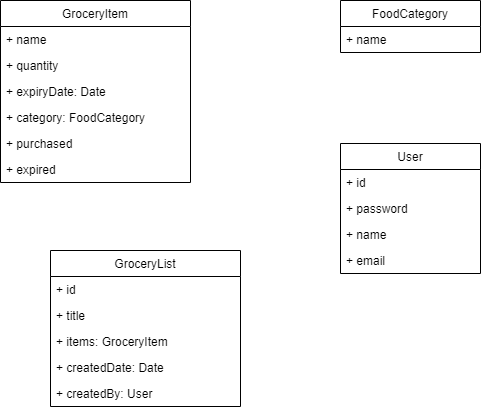
Earlier version of the draw.io export BTS530/Images/grocery_list_app_domain_diagram.png (Digital-Vault/GroceryApp). Source tidied: cells renumbered, new cells last; positions are measured from the earlier drawing's top-left corner, leaving out a move shared by most shapes.
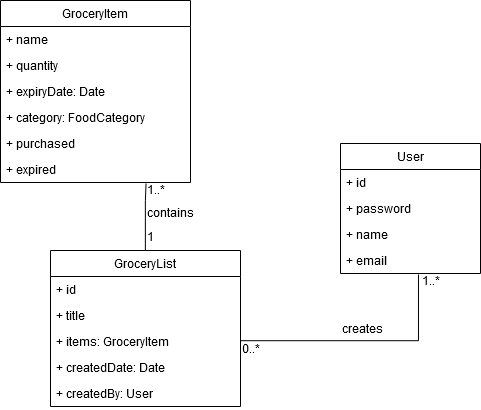
Above is the later version.

Commit message:
iteration 1 domain diagram fix

The edit, as a diff of the source:
```diff
@@ -23,12 +23,6 @@
     <mxCell id="8" value="+ expired" style="text;strokeColor=none;fillColor=none;align=left;verticalAlign=top;spacingLeft=4;spacingRight=4;overflow=hidden;points=[[0,0.5],[1,0.5]];portConstraint=eastwest;" parent="2" vertex="1">
       <mxGeometry y="156" width="190" height="26" as="geometry" />
     </mxCell>
-    <mxCell id="9" value="FoodCategory" style="swimlane;fontStyle=0;horizontal=1;startSize=26;fillColor=none;" parent="1" vertex="1">
-      <mxGeometry x="340" width="140" height="52" as="geometry" />
-    </mxCell>
-    <mxCell id="10" value="+ name" style="text;strokeColor=none;fillColor=none;align=left;verticalAlign=top;spacingLeft=4;spacingRight=4;overflow=hidden;" parent="9" vertex="1">
-      <mxGeometry y="26" width="140" height="26" as="geometry" />
-    </mxCell>
     <mxCell id="11" value="User" style="swimlane;fontStyle=0;horizontal=1;startSize=26;fillColor=none;" parent="1" vertex="1">
       <mxGeometry x="340" y="143" width="140" height="130" as="geometry" />
     </mxCell>
@@ -44,6 +38,14 @@
     <mxCell id="15" value="+ email" style="text;strokeColor=none;fillColor=none;align=left;verticalAlign=top;spacingLeft=4;spacingRight=4;overflow=hidden;points=[[0,0.5],[1,0.5]];portConstraint=eastwest;" parent="11" vertex="1">
       <mxGeometry y="104" width="140" height="26" as="geometry" />
     </mxCell>
+    <mxCell id="22" style="edgeStyle=orthogonalEdgeStyle;rounded=0;jettySize=auto;html=1;entryX=0.765;entryY=1.038;entryDx=0;entryDy=0;entryPerimeter=0;endArrow=none;endFill=0;" parent="1" edge="1" source="16" target="8">
+      <mxGeometry relative="1" as="geometry">
+        <Array as="points">
+          <mxPoint x="145" y="200" />
+          <mxPoint x="145" y="200" />
+        </Array>
+      </mxGeometry>
+    </mxCell>
     <mxCell id="16" value="GroceryList" style="swimlane;fontStyle=0;horizontal=1;startSize=26;fillColor=none;" parent="1" vertex="1">
       <mxGeometry x="50" y="250" width="190" height="156" as="geometry" />
     </mxCell>
@@ -62,5 +64,31 @@
     <mxCell id="21" value="+ createdBy: User" style="text;strokeColor=none;fillColor=none;align=left;verticalAlign=top;spacingLeft=4;spacingRight=4;overflow=hidden;" parent="16" vertex="1">
       <mxGeometry y="130" width="190" height="26" as="geometry" />
     </mxCell>
+    <mxCell id="23" value="1..*" style="text;html=1;align=left;verticalAlign=top;spacingTop=-4;" parent="1" vertex="1">
+      <mxGeometry x="145" y="182" width="30" height="20" as="geometry" />
+    </mxCell>
+    <mxCell id="24" value="1" style="text;html=1;align=left;verticalAlign=top;spacingTop=-4;" parent="1" vertex="1">
+      <mxGeometry x="145" y="229" width="20" height="20" as="geometry" />
+    </mxCell>
+    <mxCell id="25" style="edgeStyle=orthogonalEdgeStyle;rounded=0;jettySize=auto;html=1;entryX=1;entryY=0.5;entryDx=0;entryDy=0;endArrow=none;endFill=0;exitX=0.556;exitY=1.033;exitDx=0;exitDy=0;exitPerimeter=0;" parent="1" edge="1" source="15">
+      <mxGeometry relative="1" as="geometry">
+        <mxPoint x="239.9" y="340" as="targetPoint" />
+        <Array as="points">
+          <mxPoint x="418" y="340" />
+        </Array>
+      </mxGeometry>
+    </mxCell>
+    <mxCell id="26" value="0..*" style="text;html=1;align=left;verticalAlign=top;spacingTop=-4;" parent="1" vertex="1">
+      <mxGeometry x="240" y="341" width="30" height="20" as="geometry" />
+    </mxCell>
+    <mxCell id="27" value="1..*" style="text;html=1;align=left;verticalAlign=top;spacingTop=-4;" parent="1" vertex="1">
+      <mxGeometry x="420" y="273" width="30" height="20" as="geometry" />
+    </mxCell>
+    <mxCell id="28" value="creates" style="text;html=1;align=left;verticalAlign=top;spacingTop=-4;" parent="1" vertex="1">
+      <mxGeometry x="340" y="321" width="60" height="20" as="geometry" />
+    </mxCell>
+    <mxCell id="29" value="contains" style="text;html=1;align=left;verticalAlign=top;spacingTop=-4;" parent="1" vertex="1">
+      <mxGeometry x="145" y="205.5" width="60" height="20" as="geometry" />
+    </mxCell>
   </root>
 </mxGraphModel>
```
